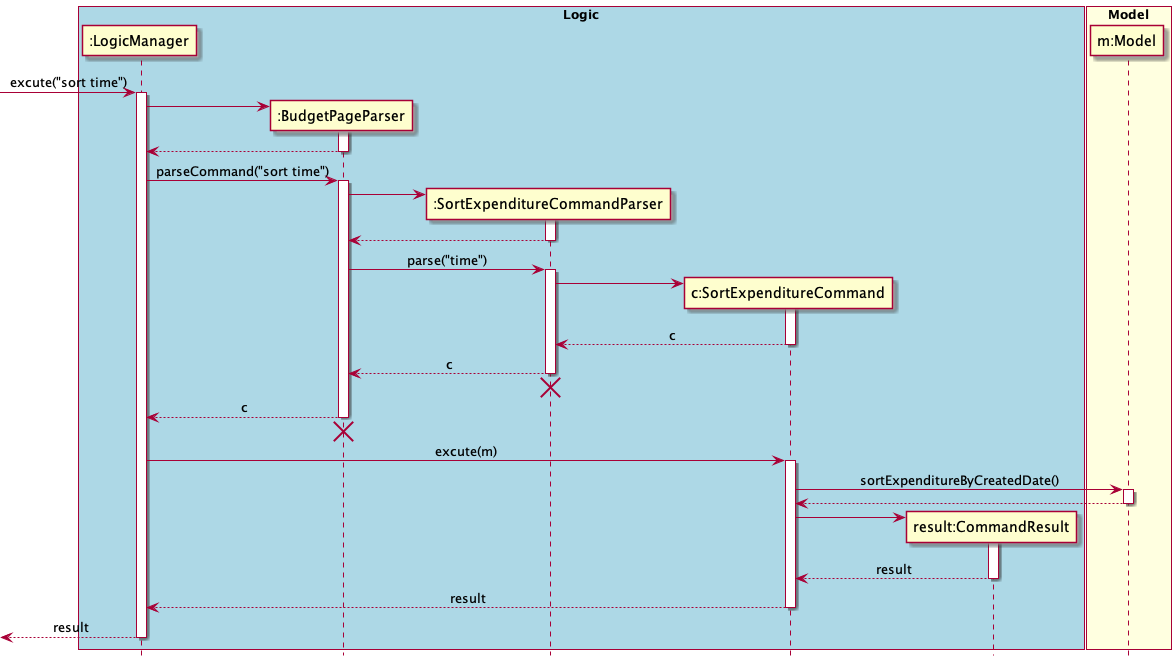
This is docs/diagrams/commandsPlantUML/diagram/SortExpenditureCommand.png from yu-ming-chen/tp, a PlantUML export, as it was before one commit.
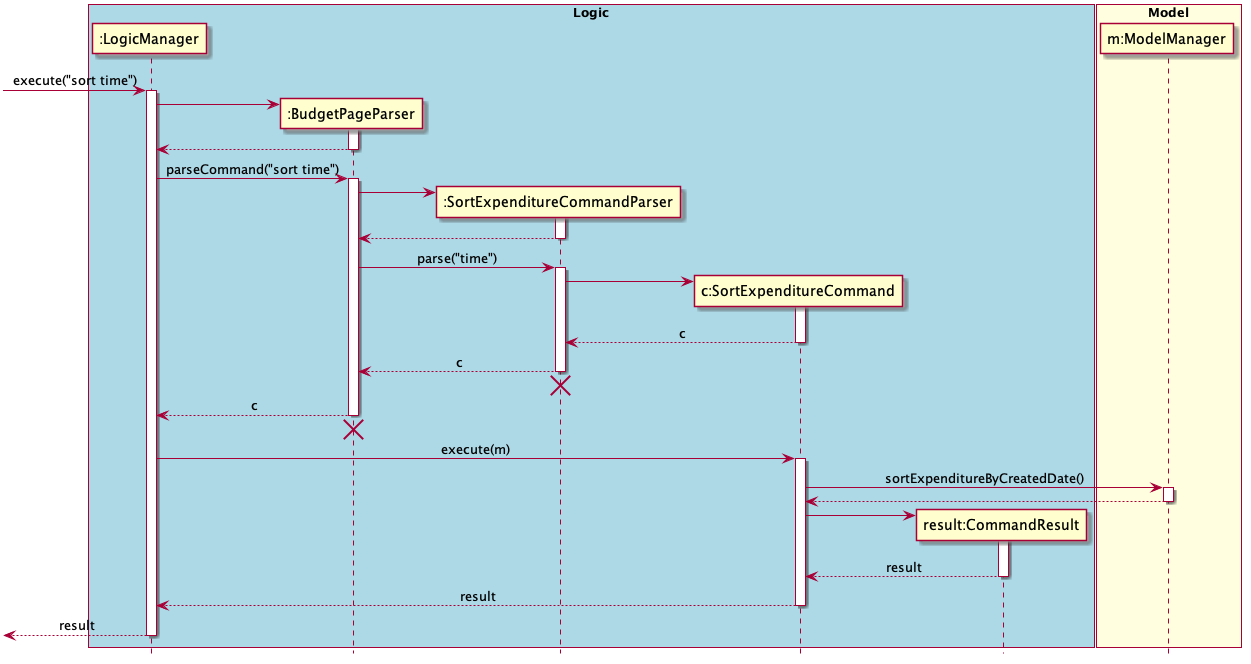
The same file after the commit.

Diff of the diagram source:
```diff
@@ -13,10 +13,10 @@
 end box
 
 box "Model" #LightYellow
-participant "m:Model" as M
+participant "m:ModelManager" as M
 end box
 
-[-> LM : excute("sort time")
+[-> LM : execute("sort time")
 activate LM
 create BPP
 LM -> BPP
@@ -51,7 +51,7 @@
 destroy BPP
 
 
-LM -> SEC: excute(m)
+LM -> SEC: execute(m)
 activate SEC
 SEC -> M : sortExpenditureByCreatedDate()
 activate M
```
